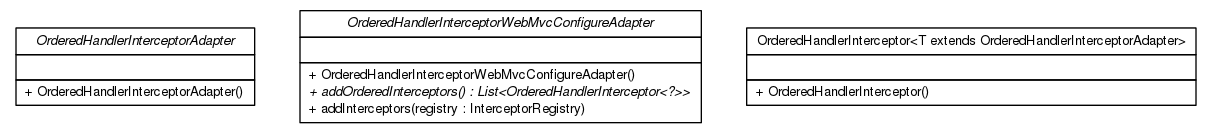
Earlier version of the Graphviz export release/build-docker/cloud-ready-parent/spring-boot-commons/apidocs/top/infra/web/servlet/handler/top.infra.web.servlet.handler.png (cloud-ready/cloud-ready). Its source is kept beside it as release/build-docker/cloud-ready-parent/spring-boot-commons/apidocs/top/infra/web/servlet/handler/top.infra.web.servlet.handler.dot. Its diagram source:
```dot

digraph G {
	edge [fontname="Helvetica",fontsize=10,labelfontname="Helvetica",labelfontsize=10];
	node [fontname="Helvetica",fontsize=10,shape=plaintext];
	nodesep=0.25;
	ranksep=0.5;
	c0 [label=<<table title="top.infra.web.servlet.handler.OrderedHandlerInterceptorAdapter" border="0" cellborder="1" cellspacing="0" cellpadding="2" port="p" href="./OrderedHandlerInterceptorAdapter.html">
		<tr><td><table border="0" cellspacing="0" cellpadding="1">
<tr><td align="center" balign="center"><font face="Helvetica-Oblique"> OrderedHandlerInterceptorAdapter </font></td></tr>
		</table></td></tr>
		<tr><td><table border="0" cellspacing="0" cellpadding="1">
<tr><td align="left" balign="left">  </td></tr>
		</table></td></tr>
		<tr><td><table border="0" cellspacing="0" cellpadding="1">
<tr><td align="left" balign="left"> + OrderedHandlerInterceptorAdapter() </td></tr>
		</table></td></tr>
		</table>>, URL="./OrderedHandlerInterceptorAdapter.html", fontname="Helvetica", fontcolor="black", fontsize=10.0];
	c1 [label=<<table title="top.infra.web.servlet.handler.OrderedHandlerInterceptorWebMvcConfigureAdapter" border="0" cellborder="1" cellspacing="0" cellpadding="2" port="p" href="./OrderedHandlerInterceptorWebMvcConfigureAdapter.html">
		<tr><td><table border="0" cellspacing="0" cellpadding="1">
<tr><td align="center" balign="center"><font face="Helvetica-Oblique"> OrderedHandlerInterceptorWebMvcConfigureAdapter </font></td></tr>
		</table></td></tr>
		<tr><td><table border="0" cellspacing="0" cellpadding="1">
<tr><td align="left" balign="left">  </td></tr>
		</table></td></tr>
		<tr><td><table border="0" cellspacing="0" cellpadding="1">
<tr><td align="left" balign="left"> + OrderedHandlerInterceptorWebMvcConfigureAdapter() </td></tr>
<tr><td align="left" balign="left"><font face="Helvetica-Oblique" point-size="10.0"> + addOrderedInterceptors() : List&lt;OrderedHandlerInterceptor&lt;?&gt;&gt; </font></td></tr>
<tr><td align="left" balign="left"> + addInterceptors(registry : InterceptorRegistry) </td></tr>
		</table></td></tr>
		</table>>, URL="./OrderedHandlerInterceptorWebMvcConfigureAdapter.html", fontname="Helvetica", fontcolor="black", fontsize=10.0];
	c2 [label=<<table title="top.infra.web.servlet.handler.OrderedHandlerInterceptor" border="0" cellborder="1" cellspacing="0" cellpadding="2" port="p" href="./OrderedHandlerInterceptor.html">
		<tr><td><table border="0" cellspacing="0" cellpadding="1">
<tr><td align="center" balign="center"> OrderedHandlerInterceptor&lt;T extends OrderedHandlerInterceptorAdapter&gt; </td></tr>
		</table></td></tr>
		<tr><td><table border="0" cellspacing="0" cellpadding="1">
<tr><td align="left" balign="left">  </td></tr>
		</table></td></tr>
		<tr><td><table border="0" cellspacing="0" cellpadding="1">
<tr><td align="left" balign="left"> + OrderedHandlerInterceptor() </td></tr>
		</table></td></tr>
		</table>>, URL="./OrderedHandlerInterceptor.html", fontname="Helvetica", fontcolor="black", fontsize=10.0];
}
```
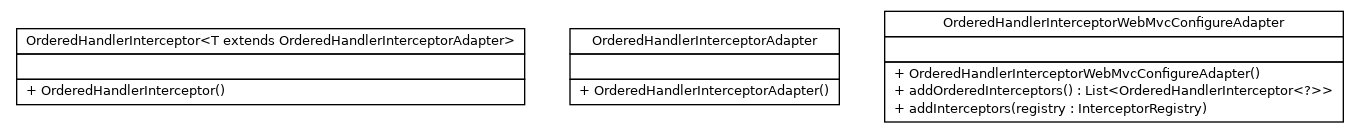
The same file after the commit.

Diff of the diagram source:
```diff
@@ -4,7 +4,18 @@
 	node [fontname="Helvetica",fontsize=10,shape=plaintext];
 	nodesep=0.25;
 	ranksep=0.5;
-	c0 [label=<<table title="top.infra.web.servlet.handler.OrderedHandlerInterceptorAdapter" border="0" cellborder="1" cellspacing="0" cellpadding="2" port="p" href="./OrderedHandlerInterceptorAdapter.html">
+	c0 [label=<<table title="top.infra.web.servlet.handler.OrderedHandlerInterceptor" border="0" cellborder="1" cellspacing="0" cellpadding="2" port="p" href="./OrderedHandlerInterceptor.html">
+		<tr><td><table border="0" cellspacing="0" cellpadding="1">
+<tr><td align="center" balign="center"> OrderedHandlerInterceptor&lt;T extends OrderedHandlerInterceptorAdapter&gt; </td></tr>
+		</table></td></tr>
+		<tr><td><table border="0" cellspacing="0" cellpadding="1">
+<tr><td align="left" balign="left">  </td></tr>
+		</table></td></tr>
+		<tr><td><table border="0" cellspacing="0" cellpadding="1">
+<tr><td align="left" balign="left"> + OrderedHandlerInterceptor() </td></tr>
+		</table></td></tr>
+		</table>>, URL="./OrderedHandlerInterceptor.html", fontname="Helvetica", fontcolor="black", fontsize=10.0];
+	c1 [label=<<table title="top.infra.web.servlet.handler.OrderedHandlerInterceptorAdapter" border="0" cellborder="1" cellspacing="0" cellpadding="2" port="p" href="./OrderedHandlerInterceptorAdapter.html">
 		<tr><td><table border="0" cellspacing="0" cellpadding="1">
 <tr><td align="center" balign="center"><font face="Helvetica-Oblique"> OrderedHandlerInterceptorAdapter </font></td></tr>
 		</table></td></tr>
@@ -15,7 +26,7 @@
 <tr><td align="left" balign="left"> + OrderedHandlerInterceptorAdapter() </td></tr>
 		</table></td></tr>
 		</table>>, URL="./OrderedHandlerInterceptorAdapter.html", fontname="Helvetica", fontcolor="black", fontsize=10.0];
-	c1 [label=<<table title="top.infra.web.servlet.handler.OrderedHandlerInterceptorWebMvcConfigureAdapter" border="0" cellborder="1" cellspacing="0" cellpadding="2" port="p" href="./OrderedHandlerInterceptorWebMvcConfigureAdapter.html">
+	c2 [label=<<table title="top.infra.web.servlet.handler.OrderedHandlerInterceptorWebMvcConfigureAdapter" border="0" cellborder="1" cellspacing="0" cellpadding="2" port="p" href="./OrderedHandlerInterceptorWebMvcConfigureAdapter.html">
 		<tr><td><table border="0" cellspacing="0" cellpadding="1">
 <tr><td align="center" balign="center"><font face="Helvetica-Oblique"> OrderedHandlerInterceptorWebMvcConfigureAdapter </font></td></tr>
 		</table></td></tr>
@@ -28,15 +39,4 @@
 <tr><td align="left" balign="left"> + addInterceptors(registry : InterceptorRegistry) </td></tr>
 		</table></td></tr>
 		</table>>, URL="./OrderedHandlerInterceptorWebMvcConfigureAdapter.html", fontname="Helvetica", fontcolor="black", fontsize=10.0];
-	c2 [label=<<table title="top.infra.web.servlet.handler.OrderedHandlerInterceptor" border="0" cellborder="1" cellspacing="0" cellpadding="2" port="p" href="./OrderedHandlerInterceptor.html">
-		<tr><td><table border="0" cellspacing="0" cellpadding="1">
-<tr><td align="center" balign="center"> OrderedHandlerInterceptor&lt;T extends OrderedHandlerInterceptorAdapter&gt; </td></tr>
-		</table></td></tr>
-		<tr><td><table border="0" cellspacing="0" cellpadding="1">
-<tr><td align="left" balign="left">  </td></tr>
-		</table></td></tr>
-		<tr><td><table border="0" cellspacing="0" cellpadding="1">
-<tr><td align="left" balign="left"> + OrderedHandlerInterceptor() </td></tr>
-		</table></td></tr>
-		</table>>, URL="./OrderedHandlerInterceptor.html", fontname="Helvetica", fontcolor="black", fontsize=10.0];
 }
```
